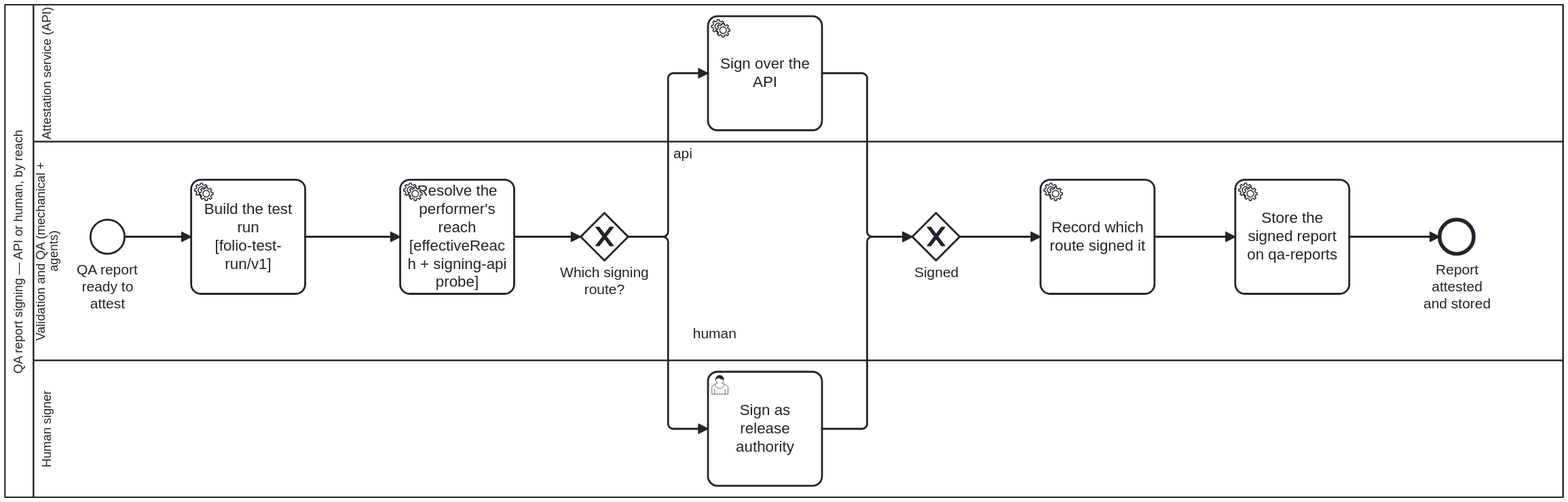
This is docs/assets/img/workflows/qa-report-signing.svg from litlfred/cat-harness, a BPMN export, as it was before one commit. Its source is kept beside it as processes/sdlc/qa-report-signing.bpmn. Ids are renumbered.
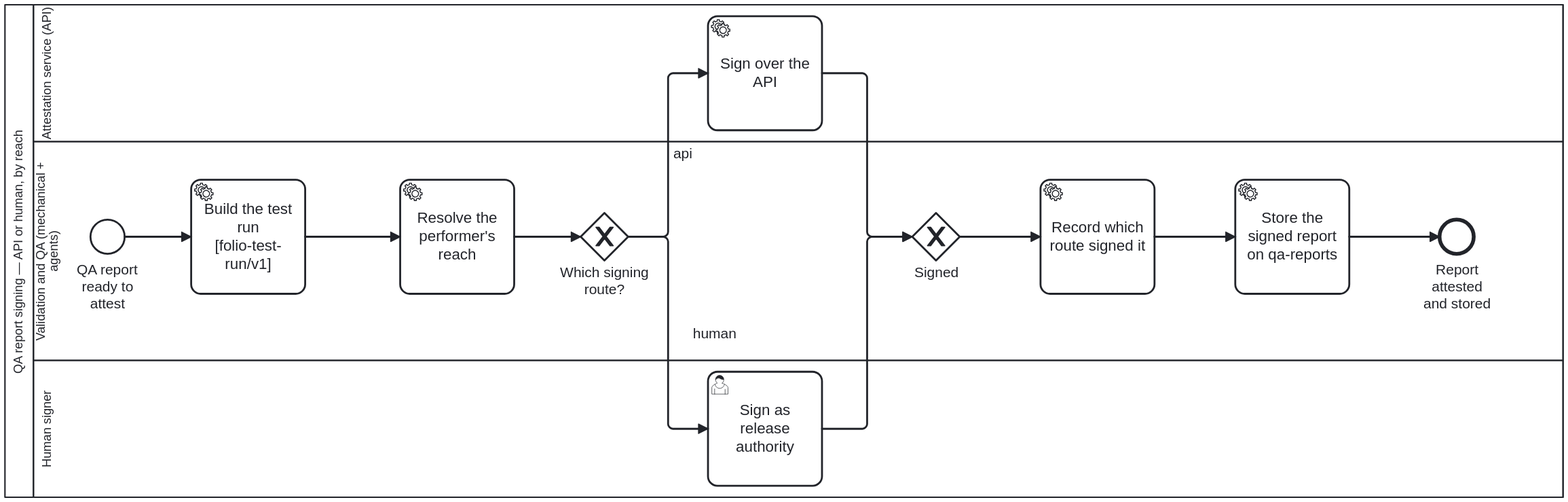
The same file after the commit.

Change to the diagram source:
```diff
@@ -121,7 +121,7 @@
       <bpmn:outgoing>S02</bpmn:outgoing>
     </bpmn:serviceTask>
 
-    <bpmn:serviceTask id="Task_ResolveReach" name="Resolve the performer's reach&#10;[effectiveReach + signing-api probe]">
+    <bpmn:serviceTask id="Task_ResolveReach" name="Resolve the performer's reach">
       <bpmn:documentation>Compute the two facts the gateway reads: effectiveReach(deployment, actor) from schemas/process/actor-reach.ts, and whether the signing-api capability is configured. Undeclared reach resolves to "unknown" rather than to the deployment's value — an aggregate does not determine a member.</bpmn:documentation>
       <bpmn:extensionElements>
         <bootstrap.processes:skill ref="qa-report-signing" />
```
